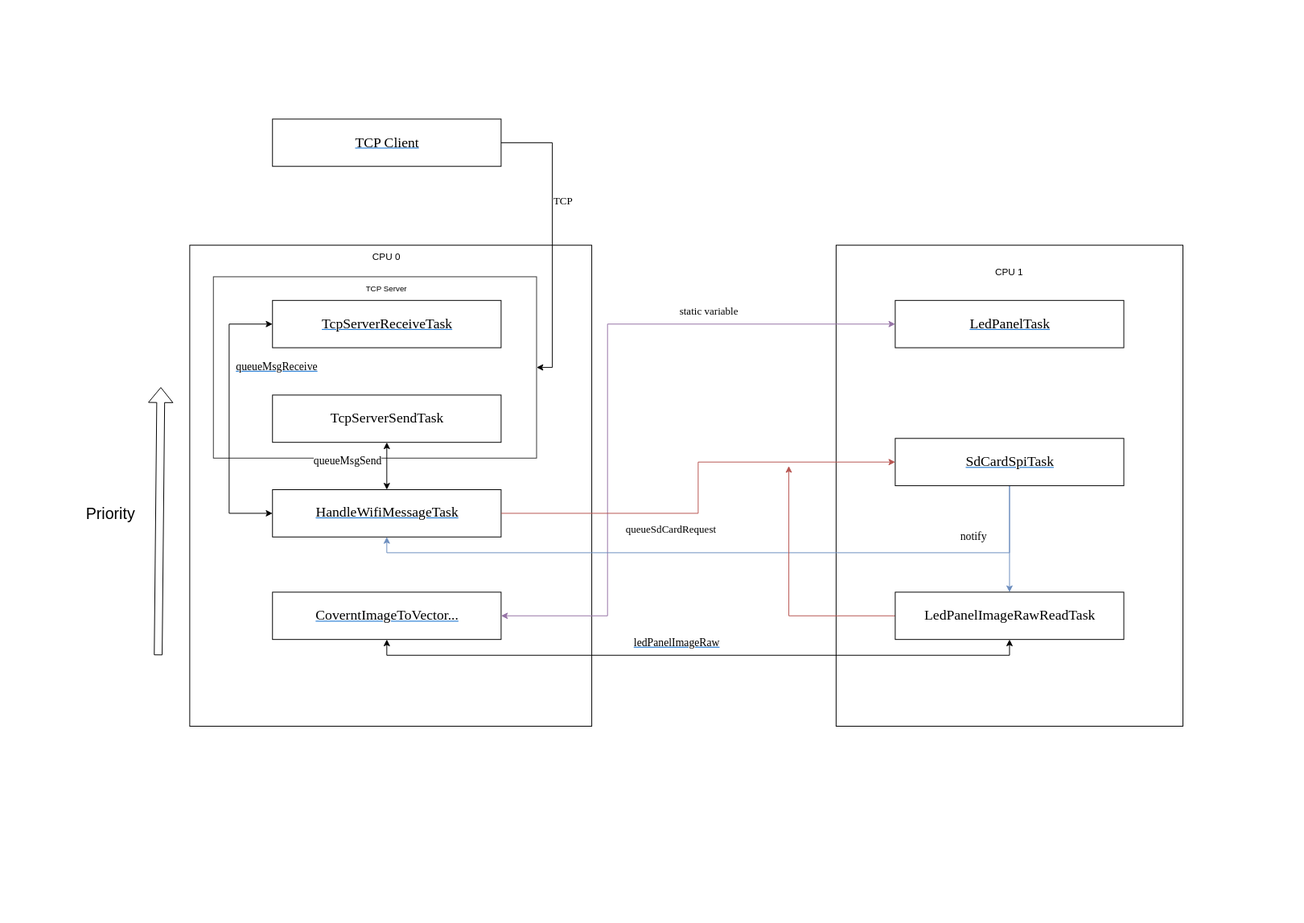
This is Esp32s3_LedPanel_LCD_GDMA/include/image/task.svg from luuvietf2000/Esp32s3_Hub75E_LedPanelComponent, a draw.io export, as it was before one commit. Source tidied: cells renumbered, new cells last; positions are measured from the earlier drawing's top-left corner, leaving out a move shared by most shapes.
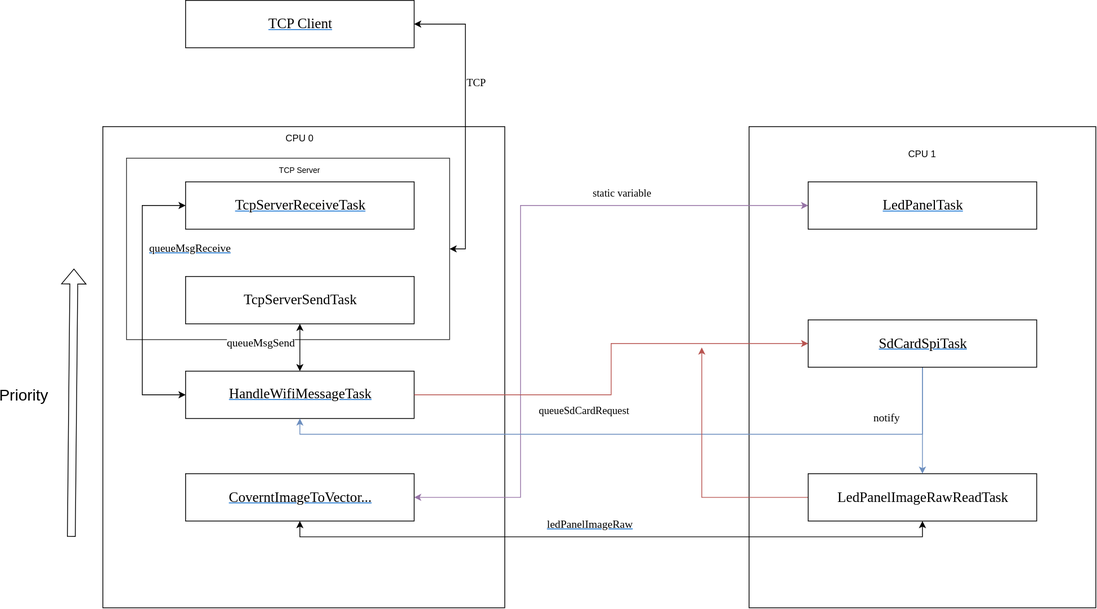
The same diagram one commit later.

Diff of the diagram source:
```diff
@@ -114,7 +114,7 @@
     <mxCell id="30" value="&lt;span style=&quot;font-size: 10px;&quot;&gt;TCP Server&lt;/span&gt;" style="text;html=1;whiteSpace=wrap;strokeColor=none;fillColor=none;align=center;verticalAlign=middle;rounded=0;" parent="1" vertex="1">
       <mxGeometry x="350" y="200" width="60" height="30" as="geometry" />
     </mxCell>
-    <mxCell id="31" style="edgeStyle=orthogonalEdgeStyle;rounded=0;jettySize=auto;html=1;entryX=1;entryY=0.5;entryDx=0;entryDy=0;" parent="1" edge="1" source="32" target="3">
+    <mxCell id="31" style="edgeStyle=orthogonalEdgeStyle;rounded=0;jettySize=auto;html=1;entryX=1;entryY=0.5;entryDx=0;entryDy=0;startArrow=classic;startFill=1;" parent="1" edge="1" source="32" target="3">
       <mxGeometry relative="1" as="geometry">
         <Array as="points">
           <mxPoint x="590" y="30" />
```
